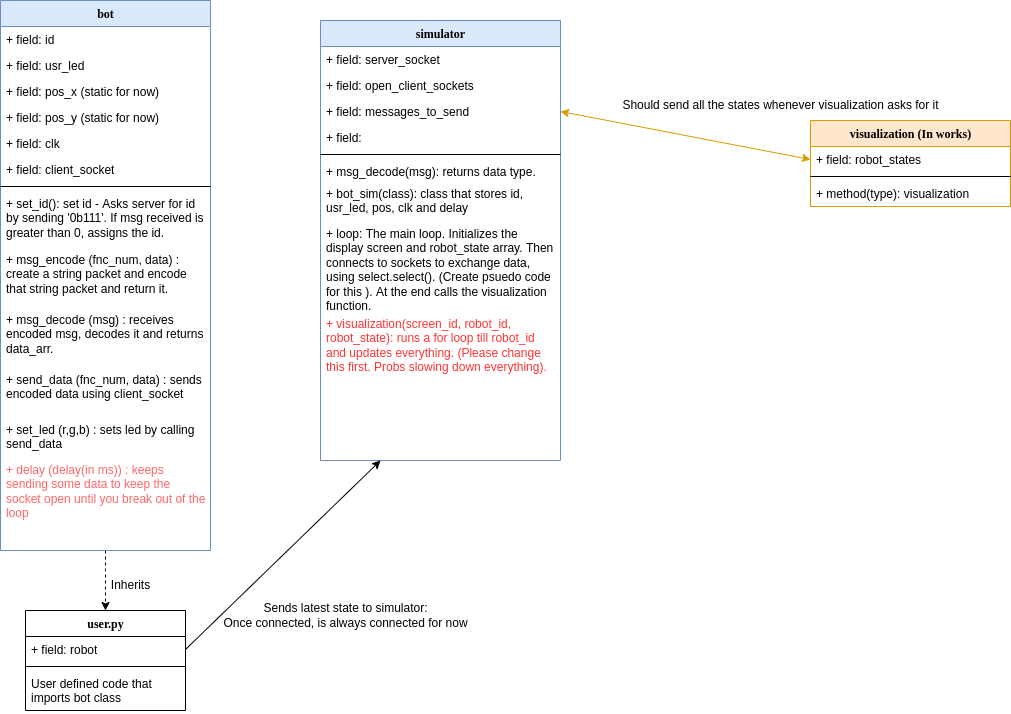
Above: workflow.drawio.png in michelleezhang/swarm-simulator (draw.io), before the change. Source tidied: cells renumbered, new cells last; positions are measured from the earlier drawing's top-left corner, leaving out a move shared by most shapes. The source it was exported from:
```xml
<mxGraphModel>
  <root>
    <mxCell id="0" />
    <mxCell id="1" parent="0" />
    <mxCell id="2" style="edgeStyle=orthogonalEdgeStyle;rounded=0;jettySize=auto;html=1;fontColor=#FF3333;entryX=0.5;entryY=0;entryDx=0;entryDy=0;dashed=1;" parent="1" edge="1" source="3" target="27">
      <mxGeometry relative="1" as="geometry">
        <Array as="points">
          <mxPoint x="105" y="570" />
          <mxPoint x="105" y="570" />
        </Array>
      </mxGeometry>
    </mxCell>
    <mxCell id="3" value="bot" style="swimlane;html=1;fontStyle=1;align=center;verticalAlign=top;horizontal=1;startSize=26;swimlaneFillColor=#ffffff;rounded=0;shadow=0;comic=0;labelBackgroundColor=none;strokeWidth=1;fillColor=#dae8fc;fontFamily=Verdana;fontSize=12;strokeColor=#6c8ebf;" parent="1" vertex="1">
      <mxGeometry width="210" height="550" as="geometry" />
    </mxCell>
    <mxCell id="4" value="+ field: id" style="text;html=1;strokeColor=none;fillColor=none;align=left;verticalAlign=top;spacingLeft=4;spacingRight=4;whiteSpace=wrap;overflow=hidden;" parent="3" vertex="1">
      <mxGeometry y="26" width="210" height="26" as="geometry" />
    </mxCell>
    <mxCell id="5" value="+ field: usr_led" style="text;html=1;strokeColor=none;fillColor=none;align=left;verticalAlign=top;spacingLeft=4;spacingRight=4;whiteSpace=wrap;overflow=hidden;" parent="3" vertex="1">
      <mxGeometry y="52" width="210" height="26" as="geometry" />
    </mxCell>
    <mxCell id="6" value="+ field: pos_x (static for now)" style="text;html=1;strokeColor=none;fillColor=none;align=left;verticalAlign=top;spacingLeft=4;spacingRight=4;whiteSpace=wrap;overflow=hidden;" parent="3" vertex="1">
      <mxGeometry y="78" width="210" height="26" as="geometry" />
    </mxCell>
    <mxCell id="7" value="+ field: pos_y (static for now)" style="text;html=1;strokeColor=none;fillColor=none;align=left;verticalAlign=top;spacingLeft=4;spacingRight=4;whiteSpace=wrap;overflow=hidden;" parent="3" vertex="1">
      <mxGeometry y="104" width="210" height="26" as="geometry" />
    </mxCell>
    <mxCell id="8" value="+ field: clk" style="text;html=1;strokeColor=none;fillColor=none;align=left;verticalAlign=top;spacingLeft=4;spacingRight=4;whiteSpace=wrap;overflow=hidden;" parent="3" vertex="1">
      <mxGeometry y="130" width="210" height="26" as="geometry" />
    </mxCell>
    <mxCell id="9" value="+ field: client_socket" style="text;html=1;strokeColor=none;fillColor=none;align=left;verticalAlign=top;spacingLeft=4;spacingRight=4;whiteSpace=wrap;overflow=hidden;" parent="3" vertex="1">
      <mxGeometry y="156" width="210" height="26" as="geometry" />
    </mxCell>
    <mxCell id="10" style="line;html=1;strokeWidth=1;fillColor=none;align=left;verticalAlign=middle;spacingTop=-1;spacingLeft=3;spacingRight=3;labelPosition=right;" parent="3" vertex="1">
      <mxGeometry y="182" width="210" height="8" as="geometry" />
    </mxCell>
    <mxCell id="11" value="+ set_id(): set id - Asks server for id by sending '0b111'. If msg received is greater than 0, assigns the id.&amp;nbsp;" style="text;html=1;strokeColor=none;fillColor=none;align=left;verticalAlign=top;spacingLeft=4;spacingRight=4;whiteSpace=wrap;overflow=hidden;" parent="3" vertex="1">
      <mxGeometry y="190" width="210" height="56" as="geometry" />
    </mxCell>
    <mxCell id="12" value="+ msg_encode (fnc_num, data) : create a string packet and encode that string packet and return it.&amp;nbsp;" style="text;html=1;strokeColor=none;fillColor=none;align=left;verticalAlign=top;spacingLeft=4;spacingRight=4;whiteSpace=wrap;overflow=hidden;" parent="3" vertex="1">
      <mxGeometry y="246" width="210" height="60" as="geometry" />
    </mxCell>
    <mxCell id="13" value="+ msg_decode (msg) : receives encoded msg, decodes it and returns data_arr.&amp;nbsp;" style="text;html=1;strokeColor=none;fillColor=none;align=left;verticalAlign=top;spacingLeft=4;spacingRight=4;whiteSpace=wrap;overflow=hidden;" parent="3" vertex="1">
      <mxGeometry y="306" width="210" height="60" as="geometry" />
    </mxCell>
    <mxCell id="14" value="+ send_data (fnc_num, data) : sends encoded data using client_socket&amp;nbsp;" style="text;html=1;strokeColor=none;fillColor=none;align=left;verticalAlign=top;spacingLeft=4;spacingRight=4;whiteSpace=wrap;overflow=hidden;" parent="3" vertex="1">
      <mxGeometry y="366" width="210" height="50" as="geometry" />
    </mxCell>
    <mxCell id="15" value="+ set_led (r,g,b) : sets led by calling send_data&amp;nbsp;" style="text;html=1;strokeColor=none;fillColor=none;align=left;verticalAlign=top;spacingLeft=4;spacingRight=4;whiteSpace=wrap;overflow=hidden;" parent="3" vertex="1">
      <mxGeometry y="416" width="210" height="40" as="geometry" />
    </mxCell>
    <mxCell id="16" value="&lt;font color=&quot;#ff6666&quot;&gt;+ delay (delay(in ms)) : keeps sending some data to keep the socket open until you break out of the loop&amp;nbsp; &amp;nbsp;&lt;/font&gt;" style="text;html=1;strokeColor=none;fillColor=none;align=left;verticalAlign=top;spacingLeft=4;spacingRight=4;whiteSpace=wrap;overflow=hidden;" parent="3" vertex="1">
      <mxGeometry y="456" width="210" height="70" as="geometry" />
    </mxCell>
    <mxCell id="17" value="simulator" style="swimlane;html=1;fontStyle=1;align=center;verticalAlign=top;horizontal=1;startSize=26;swimlaneFillColor=#ffffff;rounded=0;shadow=0;comic=0;labelBackgroundColor=none;strokeWidth=1;fillColor=#dae8fc;fontFamily=Verdana;fontSize=12;strokeColor=#6c8ebf;" parent="1" vertex="1">
      <mxGeometry x="320" y="20" width="240" height="440" as="geometry" />
    </mxCell>
    <mxCell id="18" value="+ field: server_socket" style="text;html=1;strokeColor=none;fillColor=none;align=left;verticalAlign=top;spacingLeft=4;spacingRight=4;whiteSpace=wrap;overflow=hidden;" parent="17" vertex="1">
      <mxGeometry y="26" width="240" height="26" as="geometry" />
    </mxCell>
    <mxCell id="19" value="+ field: open_client_sockets" style="text;html=1;strokeColor=none;fillColor=none;align=left;verticalAlign=top;spacingLeft=4;spacingRight=4;whiteSpace=wrap;overflow=hidden;" parent="17" vertex="1">
      <mxGeometry y="52" width="240" height="26" as="geometry" />
    </mxCell>
    <mxCell id="20" value="+ field: messages_to_send" style="text;html=1;strokeColor=none;fillColor=none;align=left;verticalAlign=top;spacingLeft=4;spacingRight=4;whiteSpace=wrap;overflow=hidden;points=[[0,0.5],[1,0.5]];portConstraint=eastwest;" parent="17" vertex="1">
      <mxGeometry y="78" width="240" height="26" as="geometry" />
    </mxCell>
    <mxCell id="21" value="+ field:&amp;nbsp;" style="text;html=1;strokeColor=none;fillColor=none;align=left;verticalAlign=top;spacingLeft=4;spacingRight=4;whiteSpace=wrap;overflow=hidden;" parent="17" vertex="1">
      <mxGeometry y="104" width="240" height="26" as="geometry" />
    </mxCell>
    <mxCell id="22" style="line;html=1;strokeWidth=1;fillColor=none;align=left;verticalAlign=middle;spacingTop=-1;spacingLeft=3;spacingRight=3;labelPosition=right;" parent="17" vertex="1">
      <mxGeometry y="130" width="240" height="8" as="geometry" />
    </mxCell>
    <mxCell id="23" value="+ msg_decode(msg): returns data type.&amp;nbsp;" style="text;html=1;strokeColor=none;fillColor=none;align=left;verticalAlign=top;spacingLeft=4;spacingRight=4;whiteSpace=wrap;overflow=hidden;" parent="17" vertex="1">
      <mxGeometry y="138" width="240" height="22" as="geometry" />
    </mxCell>
    <mxCell id="24" value="+ bot_sim(class): class that stores id, usr_led, pos, clk and delay&amp;nbsp;" style="text;html=1;strokeColor=none;fillColor=none;align=left;verticalAlign=top;spacingLeft=4;spacingRight=4;whiteSpace=wrap;overflow=hidden;" parent="17" vertex="1">
      <mxGeometry y="160" width="240" height="40" as="geometry" />
    </mxCell>
    <mxCell id="25" value="+ loop: The main loop. Initializes the display screen and robot_state array. Then connects to sockets to exchange data, using select.select(). (Create psuedo code for this ). At the end calls the visualization function.&amp;nbsp;" style="text;html=1;strokeColor=none;fillColor=none;align=left;verticalAlign=top;spacingLeft=4;spacingRight=4;whiteSpace=wrap;overflow=hidden;" parent="17" vertex="1">
      <mxGeometry y="200" width="240" height="90" as="geometry" />
    </mxCell>
    <mxCell id="26" value="&lt;font color=&quot;#ff3333&quot;&gt;+ visualization(screen_id, robot_id, robot_state): runs a for loop till robot_id and updates everything. (Please change this first. Probs slowing down everything).&amp;nbsp;&lt;/font&gt;" style="text;html=1;strokeColor=none;fillColor=none;align=left;verticalAlign=top;spacingLeft=4;spacingRight=4;whiteSpace=wrap;overflow=hidden;" parent="17" vertex="1">
      <mxGeometry y="290" width="240" height="64" as="geometry" />
    </mxCell>
    <mxCell id="27" value="user.py" style="swimlane;html=1;fontStyle=1;align=center;verticalAlign=top;horizontal=1;startSize=26;swimlaneFillColor=#ffffff;rounded=0;shadow=0;comic=0;labelBackgroundColor=none;strokeWidth=1;fillColor=none;fontFamily=Verdana;fontSize=12;" parent="1" vertex="1">
      <mxGeometry x="25" y="610" width="160" height="100" as="geometry" />
    </mxCell>
    <mxCell id="28" value="+ field: robot" style="text;html=1;strokeColor=none;fillColor=none;align=left;verticalAlign=top;spacingLeft=4;spacingRight=4;whiteSpace=wrap;overflow=hidden;points=[[0,0.5],[1,0.5]];portConstraint=eastwest;" parent="27" vertex="1">
      <mxGeometry y="26" width="160" height="26" as="geometry" />
    </mxCell>
    <mxCell id="29" style="line;html=1;strokeWidth=1;fillColor=none;align=left;verticalAlign=middle;spacingTop=-1;spacingLeft=3;spacingRight=3;labelPosition=right;" parent="27" vertex="1">
      <mxGeometry y="52" width="160" height="8" as="geometry" />
    </mxCell>
    <mxCell id="30" value="User defined code that imports bot class" style="text;html=1;strokeColor=none;fillColor=none;align=left;verticalAlign=top;spacingLeft=4;spacingRight=4;whiteSpace=wrap;overflow=hidden;" parent="27" vertex="1">
      <mxGeometry y="60" width="160" height="40" as="geometry" />
    </mxCell>
    <mxCell id="31" value="Inherits" style="text;html=1;align=center;verticalAlign=middle;fillColor=none;strokeColor=none;rounded=0;" parent="1" vertex="1">
      <mxGeometry x="100" y="570" width="60" height="30" as="geometry" />
    </mxCell>
    <mxCell id="32" value="visualization (In works)" style="swimlane;html=1;fontStyle=1;align=center;verticalAlign=top;horizontal=1;startSize=26;swimlaneFillColor=#ffffff;rounded=0;shadow=0;comic=0;labelBackgroundColor=none;strokeWidth=1;fillColor=#ffe6cc;fontFamily=Verdana;fontSize=12;strokeColor=#d79b00;" parent="1" vertex="1">
      <mxGeometry x="810" y="120" width="200" height="86" as="geometry" />
    </mxCell>
    <mxCell id="33" value="+ field: robot_states" style="text;html=1;strokeColor=none;fillColor=none;align=left;verticalAlign=top;spacingLeft=4;spacingRight=4;whiteSpace=wrap;overflow=hidden;points=[[0,0.5],[1,0.5]];portConstraint=eastwest;" parent="32" vertex="1">
      <mxGeometry y="26" width="200" height="26" as="geometry" />
    </mxCell>
    <mxCell id="34" style="line;html=1;strokeWidth=1;fillColor=none;align=left;verticalAlign=middle;spacingTop=-1;spacingLeft=3;spacingRight=3;labelPosition=right;" parent="32" vertex="1">
      <mxGeometry y="52" width="200" height="8" as="geometry" />
    </mxCell>
    <mxCell id="35" value="+ method(type): visualization" style="text;html=1;strokeColor=none;fillColor=none;align=left;verticalAlign=top;spacingLeft=4;spacingRight=4;whiteSpace=wrap;overflow=hidden;" parent="32" vertex="1">
      <mxGeometry y="60" width="200" height="26" as="geometry" />
    </mxCell>
    <mxCell id="36" style="endArrow=classic;html=1;rounded=0;exitX=1;exitY=0.5;exitDx=0;exitDy=0;entryX=0.25;entryY=1;entryDx=0;entryDy=0;" parent="1" edge="1" source="28" target="17">
      <mxGeometry relative="1" as="geometry" />
    </mxCell>
    <mxCell id="37" value="Sends latest state to simulator:&lt;br&gt;Once connected, is always connected for now" style="text;html=1;align=center;verticalAlign=middle;fillColor=none;strokeColor=none;rounded=0;" parent="1" vertex="1">
      <mxGeometry x="210" y="595" width="270" height="40" as="geometry" />
    </mxCell>
    <mxCell id="38" style="endArrow=classic;html=1;rounded=0;fillColor=#ffe6cc;strokeColor=#d79b00;entryX=0;entryY=0.5;entryDx=0;entryDy=0;exitX=1;exitY=0.5;exitDx=0;exitDy=0;startArrow=classic;startFill=1;" parent="1" edge="1" source="20" target="33">
      <mxGeometry relative="1" as="geometry" />
    </mxCell>
    <mxCell id="39" value="Should send all the states whenever visualization asks for it" style="text;html=1;align=center;verticalAlign=middle;fillColor=none;strokeColor=none;rounded=0;" parent="1" vertex="1">
      <mxGeometry x="610" y="90" width="340" height="30" as="geometry" />
    </mxCell>
  </root>
</mxGraphModel>
```
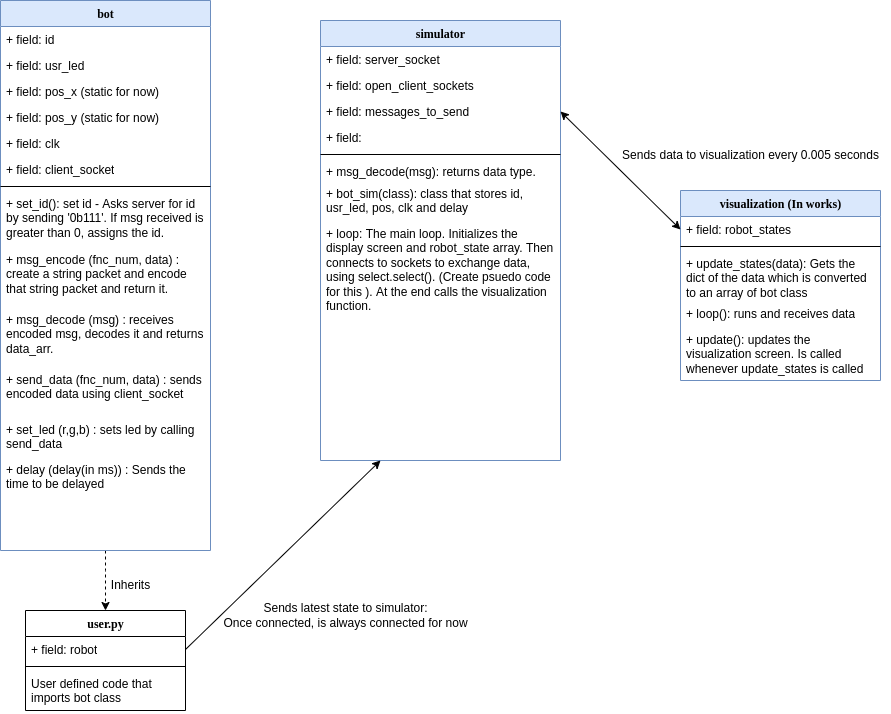
The same diagram one commit later.

What changed in the source:
```diff
@@ -49,7 +49,7 @@
     <mxCell id="15" value="+ set_led (r,g,b) : sets led by calling send_data&amp;nbsp;" style="text;html=1;strokeColor=none;fillColor=none;align=left;verticalAlign=top;spacingLeft=4;spacingRight=4;whiteSpace=wrap;overflow=hidden;" parent="3" vertex="1">
       <mxGeometry y="416" width="210" height="40" as="geometry" />
     </mxCell>
-    <mxCell id="16" value="&lt;font color=&quot;#ff6666&quot;&gt;+ delay (delay(in ms)) : keeps sending some data to keep the socket open until you break out of the loop&amp;nbsp; &amp;nbsp;&lt;/font&gt;" style="text;html=1;strokeColor=none;fillColor=none;align=left;verticalAlign=top;spacingLeft=4;spacingRight=4;whiteSpace=wrap;overflow=hidden;" parent="3" vertex="1">
+    <mxCell id="16" value="+ delay (delay(in ms)) : Sends the time to be delayed" style="text;html=1;strokeColor=none;fillColor=none;align=left;verticalAlign=top;spacingLeft=4;spacingRight=4;whiteSpace=wrap;overflow=hidden;" parent="3" vertex="1">
       <mxGeometry y="456" width="210" height="70" as="geometry" />
     </mxCell>
     <mxCell id="17" value="simulator" style="swimlane;html=1;fontStyle=1;align=center;verticalAlign=top;horizontal=1;startSize=26;swimlaneFillColor=#ffffff;rounded=0;shadow=0;comic=0;labelBackgroundColor=none;strokeWidth=1;fillColor=#dae8fc;fontFamily=Verdana;fontSize=12;strokeColor=#6c8ebf;" parent="1" vertex="1">
@@ -79,9 +79,6 @@
     <mxCell id="25" value="+ loop: The main loop. Initializes the display screen and robot_state array. Then connects to sockets to exchange data, using select.select(). (Create psuedo code for this ). At the end calls the visualization function.&amp;nbsp;" style="text;html=1;strokeColor=none;fillColor=none;align=left;verticalAlign=top;spacingLeft=4;spacingRight=4;whiteSpace=wrap;overflow=hidden;" parent="17" vertex="1">
       <mxGeometry y="200" width="240" height="90" as="geometry" />
     </mxCell>
-    <mxCell id="26" value="&lt;font color=&quot;#ff3333&quot;&gt;+ visualization(screen_id, robot_id, robot_state): runs a for loop till robot_id and updates everything. (Please change this first. Probs slowing down everything).&amp;nbsp;&lt;/font&gt;" style="text;html=1;strokeColor=none;fillColor=none;align=left;verticalAlign=top;spacingLeft=4;spacingRight=4;whiteSpace=wrap;overflow=hidden;" parent="17" vertex="1">
-      <mxGeometry y="290" width="240" height="64" as="geometry" />
-    </mxCell>
     <mxCell id="27" value="user.py" style="swimlane;html=1;fontStyle=1;align=center;verticalAlign=top;horizontal=1;startSize=26;swimlaneFillColor=#ffffff;rounded=0;shadow=0;comic=0;labelBackgroundColor=none;strokeWidth=1;fillColor=none;fontFamily=Verdana;fontSize=12;" parent="1" vertex="1">
       <mxGeometry x="25" y="610" width="160" height="100" as="geometry" />
     </mxCell>
@@ -97,8 +94,8 @@
     <mxCell id="31" value="Inherits" style="text;html=1;align=center;verticalAlign=middle;fillColor=none;strokeColor=none;rounded=0;" parent="1" vertex="1">
       <mxGeometry x="100" y="570" width="60" height="30" as="geometry" />
     </mxCell>
-    <mxCell id="32" value="visualization (In works)" style="swimlane;html=1;fontStyle=1;align=center;verticalAlign=top;horizontal=1;startSize=26;swimlaneFillColor=#ffffff;rounded=0;shadow=0;comic=0;labelBackgroundColor=none;strokeWidth=1;fillColor=#ffe6cc;fontFamily=Verdana;fontSize=12;strokeColor=#d79b00;" parent="1" vertex="1">
-      <mxGeometry x="810" y="120" width="200" height="86" as="geometry" />
+    <mxCell id="32" value="visualization (In works)" style="swimlane;html=1;fontStyle=1;align=center;verticalAlign=top;horizontal=1;startSize=26;swimlaneFillColor=#ffffff;rounded=0;shadow=0;comic=0;labelBackgroundColor=none;strokeWidth=1;fillColor=#dae8fc;fontFamily=Verdana;fontSize=12;strokeColor=#6c8ebf;" parent="1" vertex="1">
+      <mxGeometry x="680" y="190" width="200" height="190" as="geometry" />
     </mxCell>
     <mxCell id="33" value="+ field: robot_states" style="text;html=1;strokeColor=none;fillColor=none;align=left;verticalAlign=top;spacingLeft=4;spacingRight=4;whiteSpace=wrap;overflow=hidden;points=[[0,0.5],[1,0.5]];portConstraint=eastwest;" parent="32" vertex="1">
       <mxGeometry y="26" width="200" height="26" as="geometry" />
@@ -106,20 +103,26 @@
     <mxCell id="34" style="line;html=1;strokeWidth=1;fillColor=none;align=left;verticalAlign=middle;spacingTop=-1;spacingLeft=3;spacingRight=3;labelPosition=right;" parent="32" vertex="1">
       <mxGeometry y="52" width="200" height="8" as="geometry" />
     </mxCell>
-    <mxCell id="35" value="+ method(type): visualization" style="text;html=1;strokeColor=none;fillColor=none;align=left;verticalAlign=top;spacingLeft=4;spacingRight=4;whiteSpace=wrap;overflow=hidden;" parent="32" vertex="1">
-      <mxGeometry y="60" width="200" height="26" as="geometry" />
+    <mxCell id="35" value="+ update_states(data): Gets the dict of the data which is converted to an array of bot class&amp;nbsp;" style="text;html=1;strokeColor=none;fillColor=none;align=left;verticalAlign=top;spacingLeft=4;spacingRight=4;whiteSpace=wrap;overflow=hidden;" parent="32" vertex="1">
+      <mxGeometry y="60" width="200" height="50" as="geometry" />
     </mxCell>
+    <mxCell id="40" value="+ loop(): runs and receives data" style="text;html=1;strokeColor=none;fillColor=none;align=left;verticalAlign=top;spacingLeft=4;spacingRight=4;whiteSpace=wrap;overflow=hidden;" parent="32" vertex="1">
+      <mxGeometry y="110" width="200" height="26" as="geometry" />
+    </mxCell>
+    <mxCell id="41" value="+ update(): updates the visualization screen. Is called whenever update_states is called" style="text;html=1;strokeColor=none;fillColor=none;align=left;verticalAlign=top;spacingLeft=4;spacingRight=4;whiteSpace=wrap;overflow=hidden;" parent="32" vertex="1">
+      <mxGeometry y="136" width="200" height="54" as="geometry" />
+    </mxCell>
     <mxCell id="36" style="endArrow=classic;html=1;rounded=0;exitX=1;exitY=0.5;exitDx=0;exitDy=0;entryX=0.25;entryY=1;entryDx=0;entryDy=0;" parent="1" edge="1" source="28" target="17">
       <mxGeometry relative="1" as="geometry" />
     </mxCell>
     <mxCell id="37" value="Sends latest state to simulator:&lt;br&gt;Once connected, is always connected for now" style="text;html=1;align=center;verticalAlign=middle;fillColor=none;strokeColor=none;rounded=0;" parent="1" vertex="1">
       <mxGeometry x="210" y="595" width="270" height="40" as="geometry" />
     </mxCell>
-    <mxCell id="38" style="endArrow=classic;html=1;rounded=0;fillColor=#ffe6cc;strokeColor=#d79b00;entryX=0;entryY=0.5;entryDx=0;entryDy=0;exitX=1;exitY=0.5;exitDx=0;exitDy=0;startArrow=classic;startFill=1;" parent="1" edge="1" source="20" target="33">
+    <mxCell id="38" style="endArrow=classic;html=1;rounded=0;fillColor=#dae8fc;strokeColor=#000000;entryX=0;entryY=0.5;entryDx=0;entryDy=0;exitX=1;exitY=0.5;exitDx=0;exitDy=0;startArrow=classic;startFill=1;" parent="1" edge="1" source="20" target="33">
       <mxGeometry relative="1" as="geometry" />
     </mxCell>
-    <mxCell id="39" value="Should send all the states whenever visualization asks for it" style="text;html=1;align=center;verticalAlign=middle;fillColor=none;strokeColor=none;rounded=0;" parent="1" vertex="1">
-      <mxGeometry x="610" y="90" width="340" height="30" as="geometry" />
+    <mxCell id="39" value="Sends data to visualization every 0.005 seconds" style="text;html=1;align=center;verticalAlign=middle;fillColor=none;strokeColor=none;rounded=0;" parent="1" vertex="1">
+      <mxGeometry x="610" y="140" width="280" height="30" as="geometry" />
     </mxCell>
   </root>
 </mxGraphModel>
```
